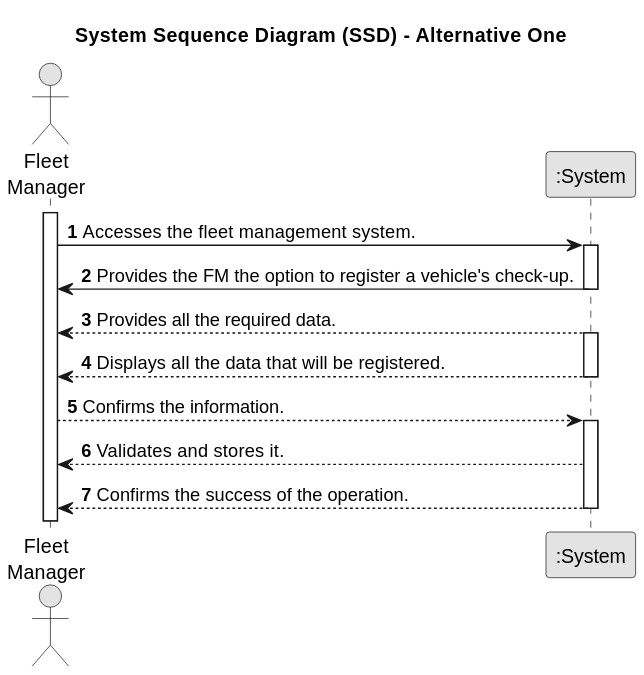
Before: docs/sprintA/us007/01.requirements-engineering/svg/us007-system-sequence-diagram-alternative-one.svg, a diagram exported from PlantUML (SAEmanuel/Green_Spaces_Management_ISEP).
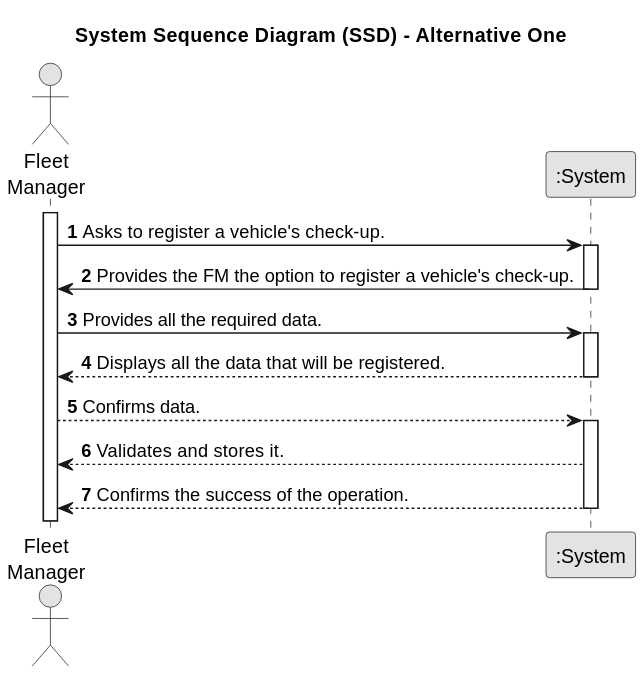
Later version of the same file.

Commit message:
US 07: Update SSD - Alternative One and Two

Diff of the diagram source:
```diff
@@ -12,19 +12,19 @@
 
 activate FM
 
-    FM -> System : Accesses the fleet management system.
+    FM -> System : Asks to register a vehicle's check-up.
     activate System
 
     System -> FM : Provides the FM the option to register a vehicle's check-up.
         deactivate System
 
-        System --> FM : Provides all the required data.
+        FM -> System  : Provides all the required data.
     activate System
 
     System --> FM : Displays all the data that will be registered.
         deactivate System
 
-        FM --> System : Confirms the information.
+        FM --> System : Confirms data.
         activate System
 
         System --> FM : Validates and stores it.
```
